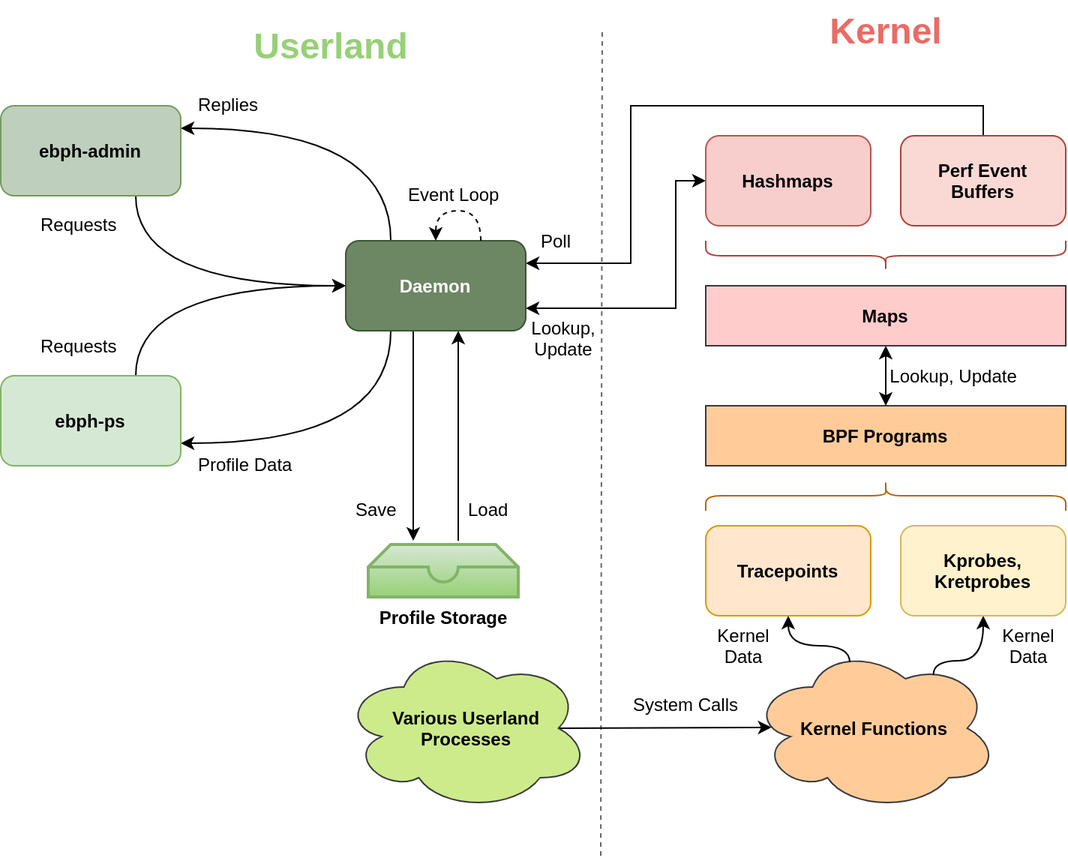
Above: figures/ebph-dataflow.png in willfindlay/honors-thesis (draw.io), before the change. Source tidied: cells renumbered, new cells last; positions are measured from the earlier drawing's top-left corner, leaving out a move shared by most shapes.
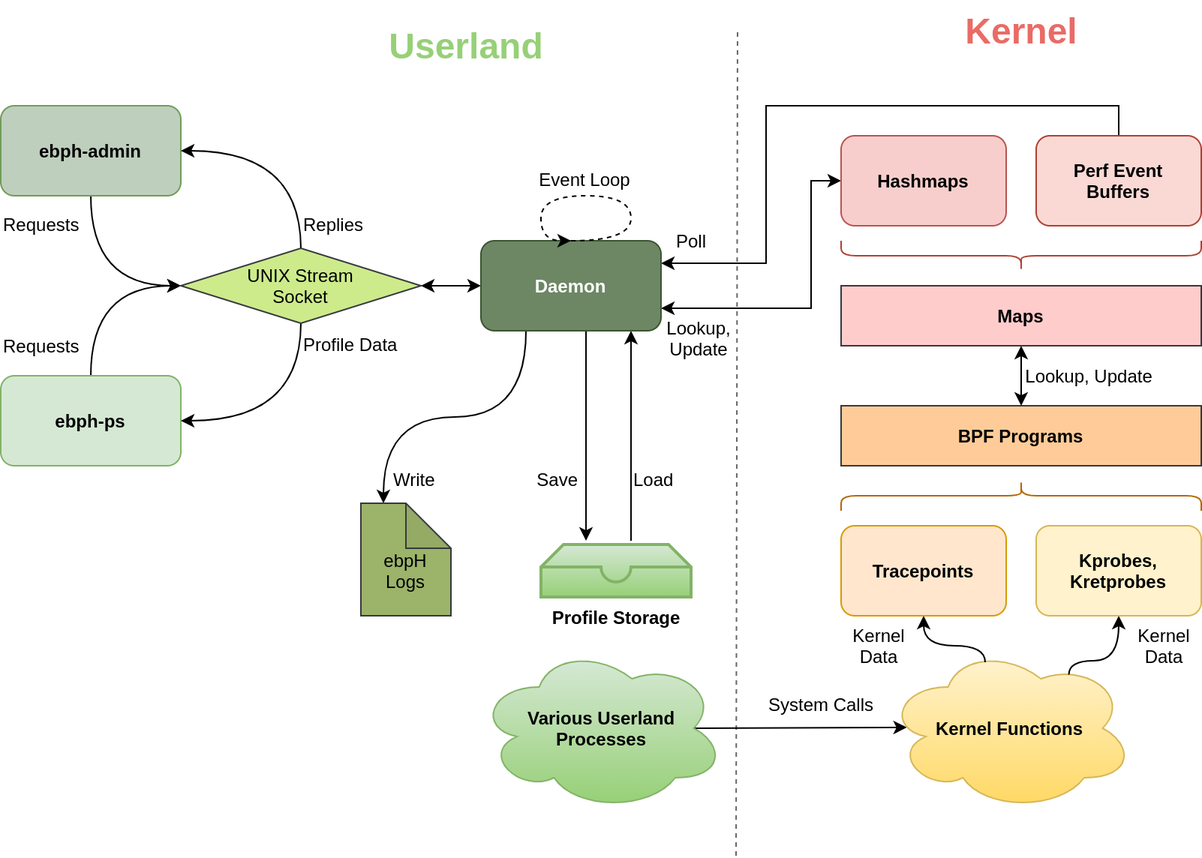
Later version of the same file.

What changed in the source:
```diff
@@ -14,28 +14,22 @@
     <mxCell id="4" value="Kernel" style="text;strokeColor=none;fillColor=none;html=1;fontSize=24;fontStyle=1;verticalAlign=middle;align=center;fontColor=#EA6B66;" parent="1" vertex="1">
       <mxGeometry x="540" width="100" height="40" as="geometry" />
     </mxCell>
-    <mxCell id="5" style="edgeStyle=orthogonalEdgeStyle;rounded=0;jettySize=auto;html=1;exitX=0.75;exitY=1;exitDx=0;exitDy=0;entryX=0;entryY=0.5;entryDx=0;entryDy=0;fontColor=#EA6B66;curved=1;" parent="1" edge="1" source="6" target="13">
-      <mxGeometry relative="1" as="geometry" />
-    </mxCell>
+    <mxCell id="45" style="edgeStyle=orthogonalEdgeStyle;curved=1;rounded=0;jettySize=auto;html=1;exitX=0.5;exitY=1;exitDx=0;exitDy=0;entryX=0;entryY=0.5;entryDx=0;entryDy=0;startArrow=none;startFill=0;" parent="1" edge="1" source="6" target="51">
+      <mxGeometry relative="1" as="geometry" />
+    </mxCell>
     <mxCell id="6" value="ebph-admin" style="rounded=1;whiteSpace=wrap;html=1;align=center;fillColor=#BECFBD;strokeColor=#719C59;fontStyle=1;" parent="1" vertex="1">
-      <mxGeometry y="70" width="120" height="60" as="geometry" />
+      <mxGeometry x="-90" y="70" width="120" height="60" as="geometry" />
     </mxCell>
-    <mxCell id="7" style="edgeStyle=orthogonalEdgeStyle;rounded=0;jettySize=auto;html=1;exitX=0.25;exitY=0;exitDx=0;exitDy=0;entryX=1;entryY=0.25;entryDx=0;entryDy=0;fontColor=#EA6B66;curved=1;" parent="1" edge="1" source="13" target="6">
-      <mxGeometry relative="1" as="geometry" />
-    </mxCell>
-    <mxCell id="8" style="edgeStyle=orthogonalEdgeStyle;rounded=0;jettySize=auto;html=1;exitX=0.25;exitY=1;exitDx=0;exitDy=0;entryX=1;entryY=0.75;entryDx=0;entryDy=0;fontColor=#EA6B66;curved=1;" parent="1" edge="1" source="13" target="15">
-      <mxGeometry relative="1" as="geometry" />
-    </mxCell>
     <mxCell id="9" style="edgeStyle=none;rounded=0;orthogonalLoop=1;jettySize=auto;html=1;exitX=0.5;exitY=1;exitDx=0;exitDy=0;startArrow=none;startFill=0;fontColor=#000000;" parent="1" edge="1">
       <mxGeometry relative="1" as="geometry">
-        <mxPoint x="275" y="220" as="sourcePoint" />
-        <mxPoint x="275" y="360" as="targetPoint" />
+        <mxPoint x="300" y="220" as="sourcePoint" />
+        <mxPoint x="300" y="360" as="targetPoint" />
       </mxGeometry>
     </mxCell>
     <mxCell id="10" style="edgeStyle=none;rounded=0;orthogonalLoop=1;jettySize=auto;html=1;exitX=0.75;exitY=1;exitDx=0;exitDy=0;startArrow=classic;startFill=1;fontColor=#000000;endArrow=none;endFill=0;" parent="1" edge="1">
       <mxGeometry relative="1" as="geometry">
-        <mxPoint x="305" y="220" as="sourcePoint" />
-        <mxPoint x="305" y="360" as="targetPoint" />
+        <mxPoint x="330" y="220" as="sourcePoint" />
+        <mxPoint x="330" y="360" as="targetPoint" />
       </mxGeometry>
     </mxCell>
     <mxCell id="11" style="edgeStyle=orthogonalEdgeStyle;rounded=0;jettySize=auto;html=1;exitX=1;exitY=0.25;exitDx=0;exitDy=0;entryX=0.5;entryY=0;entryDx=0;entryDy=0;startArrow=classic;startFill=1;endArrow=none;endFill=0;" parent="1" edge="1" source="13" target="38">
@@ -55,58 +49,66 @@
         </Array>
       </mxGeometry>
     </mxCell>
+    <mxCell id="46" style="edgeStyle=orthogonalEdgeStyle;rounded=0;jettySize=auto;html=1;exitX=0;exitY=0.5;exitDx=0;exitDy=0;entryX=1;entryY=0.5;entryDx=0;entryDy=0;startArrow=classic;startFill=1;" parent="1" edge="1" source="13" target="51">
+      <mxGeometry relative="1" as="geometry" />
+    </mxCell>
+    <mxCell id="47" style="edgeStyle=orthogonalEdgeStyle;curved=1;rounded=0;jettySize=auto;html=1;exitX=0.25;exitY=1;exitDx=0;exitDy=0;startArrow=none;startFill=0;entryX=0;entryY=0;entryDx=15;entryDy=0;entryPerimeter=0;" parent="1" edge="1" source="13" target="52">
+      <mxGeometry relative="1" as="geometry" />
+    </mxCell>
     <mxCell id="13" value="Daemon" style="rounded=1;whiteSpace=wrap;html=1;align=center;fillColor=#6d8764;strokeColor=#3A5431;fontStyle=1;fontColor=#ffffff;" parent="1" vertex="1">
       <mxGeometry x="230" y="160" width="120" height="60" as="geometry" />
     </mxCell>
-    <mxCell id="14" style="edgeStyle=orthogonalEdgeStyle;curved=1;rounded=0;jettySize=auto;html=1;exitX=0.75;exitY=0;exitDx=0;exitDy=0;entryX=0;entryY=0.5;entryDx=0;entryDy=0;" parent="1" edge="1" source="15" target="13">
-      <mxGeometry relative="1" as="geometry" />
-    </mxCell>
+    <mxCell id="48" style="edgeStyle=orthogonalEdgeStyle;curved=1;rounded=0;jettySize=auto;html=1;exitX=0.5;exitY=0;exitDx=0;exitDy=0;entryX=0;entryY=0.5;entryDx=0;entryDy=0;startArrow=none;startFill=0;" parent="1" edge="1" source="15" target="51">
+      <mxGeometry relative="1" as="geometry" />
+    </mxCell>
     <mxCell id="15" value="ebph-ps" style="rounded=1;whiteSpace=wrap;html=1;align=center;fillColor=#d5e8d4;strokeColor=#82b366;fontStyle=1;" parent="1" vertex="1">
-      <mxGeometry y="250" width="120" height="60" as="geometry" />
+      <mxGeometry x="-90" y="250" width="120" height="60" as="geometry" />
     </mxCell>
     <mxCell id="16" value="Replies" style="text;html=1;align=left;verticalAlign=top;spacingTop=-4;fontColor=#000000;" parent="1" vertex="1">
-      <mxGeometry x="130" y="60" width="60" height="20" as="geometry" />
+      <mxGeometry x="110" y="140" width="60" height="20" as="geometry" />
     </mxCell>
     <mxCell id="17" value="Profile Data" style="text;html=1;align=left;verticalAlign=top;spacingTop=-4;fontColor=#000000;" parent="1" vertex="1">
-      <mxGeometry x="130" y="300" width="80" height="20" as="geometry" />
+      <mxGeometry x="110" y="220" width="80" height="20" as="geometry" />
     </mxCell>
     <mxCell id="18" value="Requests" style="text;html=1;align=left;verticalAlign=top;spacingTop=-4;fontColor=#000000;" parent="1" vertex="1">
-      <mxGeometry x="25" y="140" width="70" height="20" as="geometry" />
+      <mxGeometry x="-90" y="140" width="70" height="20" as="geometry" />
     </mxCell>
-    <mxCell id="19" style="edgeStyle=orthogonalEdgeStyle;rounded=0;orthogonalLoop=1;jettySize=auto;html=1;exitX=0.75;exitY=0;exitDx=0;exitDy=0;entryX=0.5;entryY=0;entryDx=0;entryDy=0;fontColor=#000000;curved=1;dashed=1;" parent="1" edge="1" source="13" target="13">
+    <mxCell id="19" style="edgeStyle=orthogonalEdgeStyle;rounded=0;orthogonalLoop=1;jettySize=auto;html=1;exitX=0.5;exitY=0;exitDx=0;exitDy=0;entryX=0.5;entryY=0;entryDx=0;entryDy=0;fontColor=#000000;curved=1;dashed=1;" parent="1" edge="1" source="13" target="13">
       <mxGeometry relative="1" as="geometry">
         <Array as="points">
-          <mxPoint x="320" y="140" />
-          <mxPoint x="290" y="140" />
+          <mxPoint x="330" y="160" />
+          <mxPoint x="330" y="130" />
+          <mxPoint x="270" y="130" />
+          <mxPoint x="270" y="160" />
         </Array>
       </mxGeometry>
     </mxCell>
-    <mxCell id="20" value="Event Loop" style="text;html=1;align=left;verticalAlign=top;spacingTop=-4;fontColor=#000000;" parent="1" vertex="1">
-      <mxGeometry x="270" y="120" width="80" height="20" as="geometry" />
+    <mxCell id="20" value="Event Loop" style="text;html=1;align=center;verticalAlign=top;spacingTop=-4;fontColor=#000000;" parent="1" vertex="1">
+      <mxGeometry x="259" y="110" width="80" height="20" as="geometry" />
     </mxCell>
     <mxCell id="21" style="edgeStyle=none;rounded=0;jettySize=auto;html=1;exitX=0.875;exitY=0.5;exitDx=0;exitDy=0;exitPerimeter=0;entryX=0.084;entryY=0.495;entryDx=0;entryDy=0;entryPerimeter=0;fontColor=#000000;" parent="1" edge="1" source="22" target="23">
       <mxGeometry relative="1" as="geometry" />
     </mxCell>
-    <mxCell id="22" value="Various Userland Processes" style="ellipse;shape=cloud;whiteSpace=wrap;html=1;align=center;fillColor=#cdeb8b;strokeColor=#36393d;spacing=9;fontStyle=1;" parent="1" vertex="1">
+    <mxCell id="22" value="Various Userland Processes" style="ellipse;shape=cloud;whiteSpace=wrap;html=1;align=center;fillColor=#d5e8d4;strokeColor=#82b366;spacing=9;fontStyle=1;gradientColor=#97d077;" parent="1" vertex="1">
       <mxGeometry x="227.5" y="430" width="165" height="110" as="geometry" />
     </mxCell>
-    <mxCell id="23" value="Kernel Functions" style="ellipse;shape=cloud;whiteSpace=wrap;html=1;align=center;fillColor=#ffcc99;strokeColor=#36393d;fontStyle=1;" parent="1" vertex="1">
+    <mxCell id="23" value="Kernel Functions" style="ellipse;shape=cloud;whiteSpace=wrap;html=1;align=center;fillColor=#fff2cc;strokeColor=#d6b656;fontStyle=1;gradientColor=#ffd966;" parent="1" vertex="1">
       <mxGeometry x="500" y="430" width="165" height="110" as="geometry" />
     </mxCell>
     <mxCell id="24" value="System Calls" style="text;html=1;align=left;verticalAlign=top;spacingTop=-4;fontColor=#000000;" parent="1" vertex="1">
       <mxGeometry x="420" y="460" width="90" height="20" as="geometry" />
     </mxCell>
     <mxCell id="25" value="&lt;b&gt;&lt;font color=&quot;#000000&quot;&gt;Profile Storage&lt;/font&gt;&lt;/b&gt;" style="html=1;verticalLabelPosition=bottom;align=center;labelBackgroundColor=#ffffff;verticalAlign=top;strokeWidth=2;strokeColor=#82b366;fillColor=#d5e8d4;shadow=0;dashed=0;shape=mxgraph.ios7.icons.storage;gradientColor=#97d077;" parent="1" vertex="1">
-      <mxGeometry x="245" y="362.5" width="100" height="35" as="geometry" />
+      <mxGeometry x="270" y="362.5" width="100" height="35" as="geometry" />
     </mxCell>
-    <mxCell id="26" value="Save" style="text;html=1;align=left;verticalAlign=top;spacingTop=-4;fontColor=#000000;" parent="1" vertex="1">
-      <mxGeometry x="235" y="330" width="40" height="20" as="geometry" />
+    <mxCell id="26" value="Save" style="text;html=1;align=right;verticalAlign=top;spacingTop=-4;fontColor=#000000;" parent="1" vertex="1">
+      <mxGeometry x="256" y="310" width="40" height="20" as="geometry" />
     </mxCell>
     <mxCell id="27" value="Load" style="text;html=1;align=left;verticalAlign=top;spacingTop=-4;fontColor=#000000;" parent="1" vertex="1">
-      <mxGeometry x="310" y="330" width="40" height="20" as="geometry" />
+      <mxGeometry x="330" y="310" width="40" height="20" as="geometry" />
     </mxCell>
     <mxCell id="28" value="Requests" style="text;html=1;align=left;verticalAlign=middle;" parent="1" vertex="1">
-      <mxGeometry x="25" y="220" width="70" height="20" as="geometry" />
+      <mxGeometry x="-90" y="220" width="70" height="20" as="geometry" />
     </mxCell>
     <mxCell id="29" style="edgeStyle=orthogonalEdgeStyle;curved=1;rounded=0;jettySize=auto;html=1;exitX=0.5;exitY=1;exitDx=0;exitDy=0;entryX=0.4;entryY=0.1;entryDx=0;entryDy=0;entryPerimeter=0;startArrow=classic;startFill=1;endArrow=none;endFill=0;" parent="1" edge="1" source="30" target="23">
       <mxGeometry relative="1" as="geometry">
@@ -166,5 +168,20 @@
     <mxCell id="44" value="Kernel&lt;br&gt;Data" style="text;html=1;align=center;verticalAlign=middle;" parent="1" vertex="1">
       <mxGeometry x="470" y="415" width="50" height="30" as="geometry" />
     </mxCell>
+    <mxCell id="49" style="edgeStyle=orthogonalEdgeStyle;rounded=0;jettySize=auto;html=1;exitX=0.5;exitY=0;exitDx=0;exitDy=0;entryX=1;entryY=0.5;entryDx=0;entryDy=0;curved=1;" parent="1" edge="1" source="51" target="6">
+      <mxGeometry relative="1" as="geometry" />
+    </mxCell>
+    <mxCell id="50" style="edgeStyle=orthogonalEdgeStyle;rounded=0;jettySize=auto;html=1;exitX=0.5;exitY=1;exitDx=0;exitDy=0;entryX=1;entryY=0.5;entryDx=0;entryDy=0;curved=1;" parent="1" edge="1" source="51" target="15">
+      <mxGeometry relative="1" as="geometry" />
+    </mxCell>
+    <mxCell id="51" value="UNIX Stream&lt;br&gt;Socket" style="rhombus;whiteSpace=wrap;html=1;fillColor=#cdeb8b;strokeColor=#36393d;" parent="1" vertex="1">
+      <mxGeometry x="30" y="165" width="160" height="50" as="geometry" />
+    </mxCell>
+    <mxCell id="52" value="&lt;br&gt;ebpH Logs" style="shape=note;whiteSpace=wrap;html=1;backgroundOutline=1;darkOpacity=0.05;fillColor=#9CB36A;strokeColor=#36393d;" parent="1" vertex="1">
+      <mxGeometry x="150" y="335" width="60" height="75" as="geometry" />
+    </mxCell>
+    <mxCell id="53" value="Write" style="text;html=1;align=left;verticalAlign=top;spacingTop=-4;fontColor=#000000;" parent="1" vertex="1">
+      <mxGeometry x="170" y="310" width="40" height="20" as="geometry" />
+    </mxCell>
   </root>
 </mxGraphModel>
```
